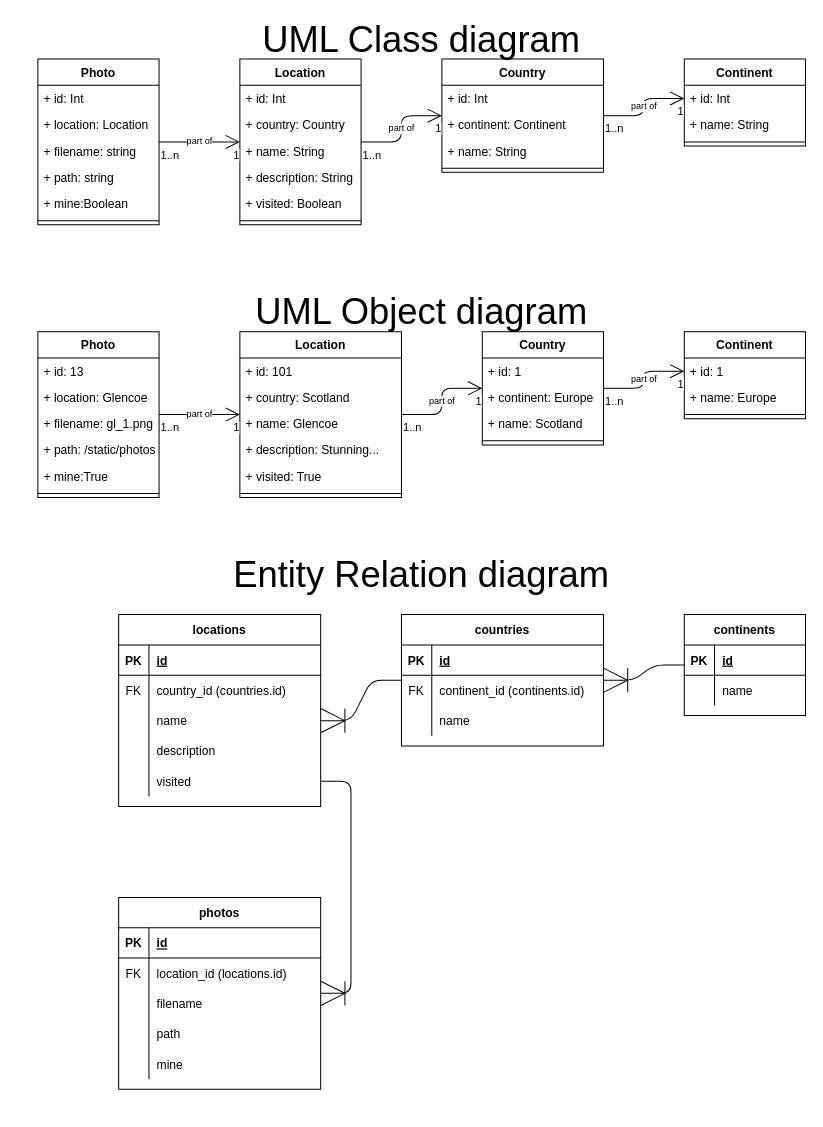
This is page "UML Class diagram" (1 of 2) of Design/Design.drawio from Michalju/PhotoApp, a draw.io file, before an edit. Source tidied: cells renumbered, new cells numbered last; positions are measured from the earlier drawing's top-left corner, leaving out a move shared by most shapes. Both pictures are drawn from the tidied source at 101%, with x=0, y=0 at pixel (37, 18).
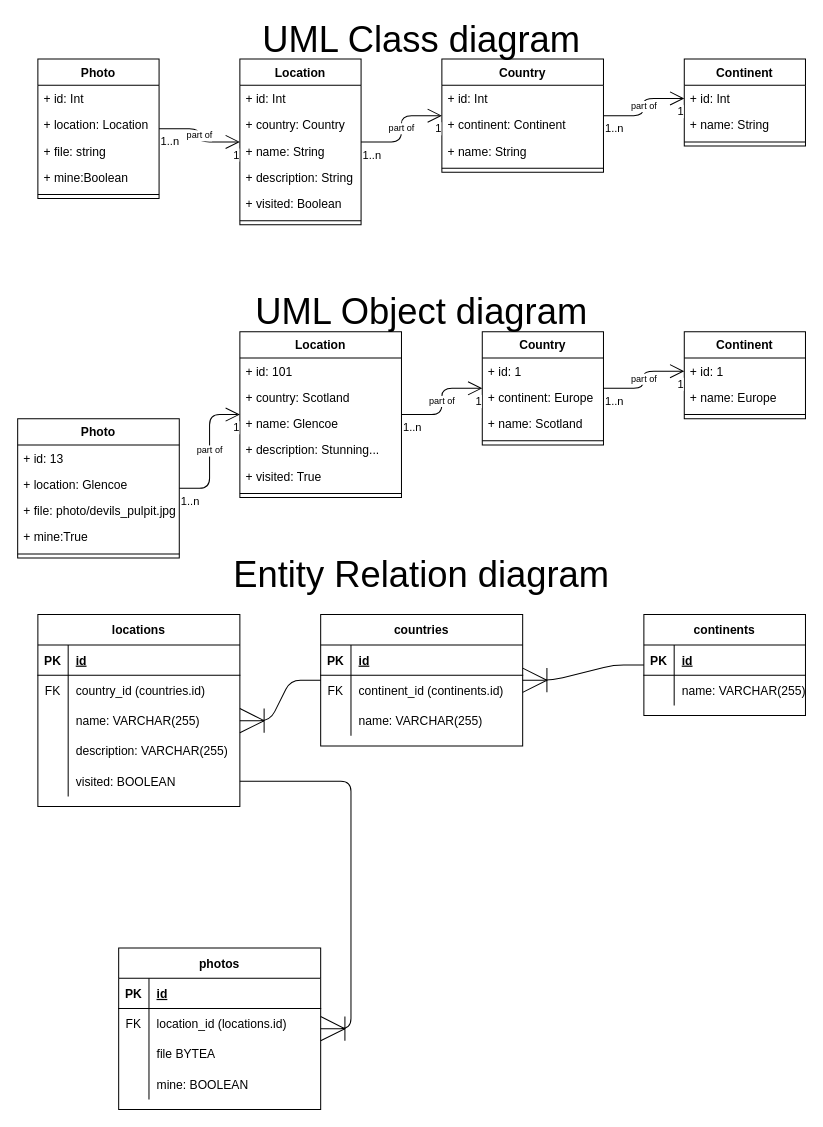
After the change.

Commit message (it also covers changes not shown here):
redesigned Photo class and photos psql table to store image as oposed to filename. and path

Unchanged cells that the change refers to:
```xml
<mxCell id="32" style="shape=partialRectangle;fillColor=none;top=0;left=0;bottom=0;right=0;points=[[0,0.5],[1,0.5]];portConstraint=eastwest;" parent="25" vertex="1">
  <mxGeometry y="90" width="200" height="30" as="geometry" />
</mxCell>
<mxCell id="35" style="shape=partialRectangle;fillColor=none;top=0;left=0;bottom=0;right=0;" parent="25" vertex="1">
  <mxGeometry y="120" width="200" height="30" as="geometry" />
</mxCell>
<mxCell id="38" style="shape=partialRectangle;fillColor=none;top=0;left=0;bottom=0;right=0;points=[[0,0.5],[1,0.5]];portConstraint=eastwest;" parent="25" vertex="1">
  <mxGeometry y="150" width="200" height="30" as="geometry" />
</mxCell>
<mxCell id="48" style="shape=partialRectangle;fillColor=none;top=0;left=0;bottom=0;right=0;" parent="41" vertex="1">
  <mxGeometry y="90" width="200" height="30" as="geometry" />
</mxCell>
<mxCell id="111" style="shape=partialRectangle;fillColor=none;top=0;left=0;bottom=0;right=0;" parent="104" vertex="1">
  <mxGeometry y="90" width="200" height="30" as="geometry" />
</mxCell>
```

Diff of the diagram source:
```diff
@@
     <mxCell id="25" value="locations" style="shape=table;startSize=30;childLayout=tableLayout;rowLines=0;fontStyle=1;align=center;" parent="1" vertex="1">
-      <mxGeometry x="80" y="590" width="200" height="190" as="geometry" />
+      <mxGeometry y="590" width="200" height="190" as="geometry" />
     </mxCell>
@@
-    <mxCell id="34" value="name" style="shape=partialRectangle;fillColor=none;top=0;left=0;bottom=0;right=0;align=left;spacingLeft=6;overflow=hidden;" parent="32" vertex="1">
+    <mxCell id="34" value="name: VARCHAR(255)" style="shape=partialRectangle;fillColor=none;top=0;left=0;bottom=0;right=0;align=left;spacingLeft=6;overflow=hidden;" parent="32" vertex="1">
       <mxGeometry x="30" width="170" height="30" as="geometry" />
     </mxCell>
@@
-    <mxCell id="37" value="description" style="shape=partialRectangle;fillColor=none;top=0;left=0;bottom=0;right=0;align=left;spacingLeft=6;overflow=hidden;" parent="35" vertex="1">
+    <mxCell id="37" value="description: VARCHAR(255)" style="shape=partialRectangle;fillColor=none;top=0;left=0;bottom=0;right=0;align=left;spacingLeft=6;overflow=hidden;" parent="35" vertex="1">
       <mxGeometry x="30" width="170" height="30" as="geometry" />
     </mxCell>
@@
-    <mxCell id="40" value="visited" style="shape=partialRectangle;fillColor=none;top=0;left=0;bottom=0;right=0;align=left;spacingLeft=6;overflow=hidden;" parent="38" vertex="1">
+    <mxCell id="40" value="visited: BOOLEAN" style="shape=partialRectangle;fillColor=none;top=0;left=0;bottom=0;right=0;align=left;spacingLeft=6;overflow=hidden;" parent="38" vertex="1">
       <mxGeometry x="30" width="170" height="30" as="geometry" />
     </mxCell>
     <mxCell id="41" value="countries" style="shape=table;startSize=30;childLayout=tableLayout;rowLines=0;fontStyle=1;align=center;" parent="1" vertex="1">
-      <mxGeometry x="360" y="590" width="200" height="130" as="geometry" />
+      <mxGeometry x="280" y="590" width="200" height="130" as="geometry" />
     </mxCell>
@@
-    <mxCell id="50" value="name" style="shape=partialRectangle;fillColor=none;top=0;left=0;bottom=0;right=0;align=left;spacingLeft=6;overflow=hidden;" parent="48" vertex="1">
+    <mxCell id="50" value="name: VARCHAR(255)" style="shape=partialRectangle;fillColor=none;top=0;left=0;bottom=0;right=0;align=left;spacingLeft=6;overflow=hidden;" parent="48" vertex="1">
       <mxGeometry x="30" width="170" height="30" as="geometry" />
     </mxCell>
@@
     <mxCell id="52" value="continents" style="shape=table;startSize=30;childLayout=tableLayout;rowLines=0;fontStyle=1;align=center;" parent="1" vertex="1">
-      <mxGeometry x="640" y="590" width="120" height="100" as="geometry" />
+      <mxGeometry x="600" y="590" width="160" height="100" as="geometry" />
     </mxCell>
     <mxCell id="53" style="shape=partialRectangle;fillColor=none;top=0;left=0;bottom=1;right=0;" parent="52" vertex="1">
-      <mxGeometry y="30" width="120" height="30" as="geometry" />
+      <mxGeometry y="30" width="160" height="30" as="geometry" />
     </mxCell>
@@
     <mxCell id="55" value="id" style="shape=partialRectangle;fillColor=none;top=0;left=0;bottom=0;right=0;align=left;spacingLeft=6;fontStyle=5;overflow=hidden;" parent="53" vertex="1">
-      <mxGeometry x="30" width="90" height="30" as="geometry" />
+      <mxGeometry x="30" width="130" height="30" as="geometry" />
     </mxCell>
     <mxCell id="56" style="shape=partialRectangle;fillColor=none;top=0;left=0;bottom=0;right=0;" parent="52" vertex="1">
-      <mxGeometry y="60" width="120" height="30" as="geometry" />
+      <mxGeometry y="60" width="160" height="30" as="geometry" />
     </mxCell>
@@
-    <mxCell id="58" value="name" style="shape=partialRectangle;fillColor=none;top=0;left=0;bottom=0;right=0;align=left;spacingLeft=6;overflow=hidden;" parent="56" vertex="1">
-      <mxGeometry x="30" width="90" height="30" as="geometry" />
+    <mxCell id="58" value="name: VARCHAR(255)" style="shape=partialRectangle;fillColor=none;top=0;left=0;bottom=0;right=0;align=left;spacingLeft=6;overflow=hidden;" parent="56" vertex="1">
+      <mxGeometry x="30" width="130" height="30" as="geometry" />
     </mxCell>
@@
     <mxCell id="84" value="Photo" style="swimlane;fontStyle=1;align=center;verticalAlign=top;horizontal=1;startSize=26;" parent="1" vertex="1">
-      <mxGeometry y="40" width="120" height="164" as="geometry" />
+      <mxGeometry y="40" width="120" height="138" as="geometry" />
     </mxCell>
@@
-    <mxCell id="87" value="+ filename: string" style="text;strokeColor=none;fillColor=none;align=left;verticalAlign=top;spacingLeft=4;spacingRight=4;overflow=hidden;" parent="84" vertex="1">
-      <mxGeometry y="78" width="120" height="26" as="geometry" />
-    </mxCell>
-    <mxCell id="88" value="+ path: string" style="text;strokeColor=none;fillColor=none;align=left;verticalAlign=top;spacingLeft=4;spacingRight=4;overflow=hidden;" parent="84" vertex="1">
-      <mxGeometry y="104" width="120" height="26" as="geometry" />
+    <mxCell id="88" value="+ file: string" style="text;strokeColor=none;fillColor=none;align=left;verticalAlign=top;spacingLeft=4;spacingRight=4;overflow=hidden;" parent="84" vertex="1">
+      <mxGeometry y="78" width="120" height="26" as="geometry" />
     </mxCell>
     <mxCell id="89" value="+ mine:Boolean" style="text;strokeColor=none;fillColor=none;align=left;verticalAlign=top;spacingLeft=4;spacingRight=4;overflow=hidden;" parent="84" vertex="1">
-      <mxGeometry y="130" width="120" height="26" as="geometry" />
+      <mxGeometry y="104" width="120" height="26" as="geometry" />
     </mxCell>
     <mxCell id="90" style="line;strokeWidth=1;fillColor=none;align=left;verticalAlign=middle;spacingTop=-1;spacingLeft=3;spacingRight=3;labelPosition=right;" parent="84" vertex="1">
-      <mxGeometry y="156" width="120" height="8" as="geometry" />
+      <mxGeometry y="130" width="120" height="8" as="geometry" />
     </mxCell>
@@
     <mxCell id="94" value="Photo" style="swimlane;fontStyle=1;align=center;verticalAlign=top;horizontal=1;startSize=26;" parent="1" vertex="1">
-      <mxGeometry y="310" width="120" height="164" as="geometry" />
+      <mxGeometry x="-20" y="396" width="160" height="138" as="geometry" />
     </mxCell>
     <mxCell id="95" value="+ id: 13" style="text;strokeColor=none;fillColor=none;align=left;verticalAlign=top;spacingLeft=4;spacingRight=4;overflow=hidden;" parent="94" vertex="1">
-      <mxGeometry y="26" width="120" height="26" as="geometry" />
+      <mxGeometry y="26" width="160" height="26" as="geometry" />
     </mxCell>
     <mxCell id="96" value="+ location: Glencoe" style="text;strokeColor=none;fillColor=none;align=left;verticalAlign=top;spacingLeft=4;spacingRight=4;overflow=hidden;" parent="94" vertex="1">
-      <mxGeometry y="52" width="120" height="26" as="geometry" />
+      <mxGeometry y="52" width="160" height="26" as="geometry" />
     </mxCell>
-    <mxCell id="97" value="+ filename: gl_1.png" style="text;strokeColor=none;fillColor=none;align=left;verticalAlign=top;spacingLeft=4;spacingRight=4;overflow=hidden;" parent="94" vertex="1">
-      <mxGeometry y="78" width="120" height="26" as="geometry" />
-    </mxCell>
-    <mxCell id="98" value="+ path: /static/photos" style="text;strokeColor=none;fillColor=none;align=left;verticalAlign=top;spacingLeft=4;spacingRight=4;overflow=hidden;" parent="94" vertex="1">
-      <mxGeometry y="104" width="120" height="26" as="geometry" />
+    <mxCell id="98" value="+ file: photo/devils_pulpit.jpg" style="text;strokeColor=none;fillColor=none;align=left;verticalAlign=top;spacingLeft=4;spacingRight=4;overflow=hidden;" parent="94" vertex="1">
+      <mxGeometry y="78" width="160" height="26" as="geometry" />
     </mxCell>
     <mxCell id="99" value="+ mine:True" style="text;strokeColor=none;fillColor=none;align=left;verticalAlign=top;spacingLeft=4;spacingRight=4;overflow=hidden;" parent="94" vertex="1">
-      <mxGeometry y="130" width="120" height="26" as="geometry" />
+      <mxGeometry y="104" width="160" height="26" as="geometry" />
     </mxCell>
     <mxCell id="100" style="line;strokeWidth=1;fillColor=none;align=left;verticalAlign=middle;spacingTop=-1;spacingLeft=3;spacingRight=3;labelPosition=right;" parent="94" vertex="1">
-      <mxGeometry y="156" width="120" height="8" as="geometry" />
+      <mxGeometry y="130" width="160" height="8" as="geometry" />
     </mxCell>
@@
     <mxCell id="104" value="photos" style="shape=table;startSize=30;childLayout=tableLayout;rowLines=0;fontStyle=1;align=center;" parent="1" vertex="1">
-      <mxGeometry x="80" y="870" width="200" height="190" as="geometry" />
+      <mxGeometry x="80" y="920" width="200" height="160" as="geometry" />
     </mxCell>
@@
-    <mxCell id="113" value="filename" style="shape=partialRectangle;fillColor=none;top=0;left=0;bottom=0;right=0;align=left;spacingLeft=6;overflow=hidden;" parent="111" vertex="1">
+    <mxCell id="113" value="file BYTEA" style="shape=partialRectangle;fillColor=none;top=0;left=0;bottom=0;right=0;align=left;spacingLeft=6;overflow=hidden;" parent="111" vertex="1">
       <mxGeometry x="30" width="170" height="30" as="geometry" />
     </mxCell>
-    <mxCell id="114" style="shape=partialRectangle;fillColor=none;top=0;left=0;bottom=0;right=0;" parent="104" vertex="1">
-      <mxGeometry y="120" width="200" height="30" as="geometry" />
-    </mxCell>
-    <mxCell id="115" style="shape=partialRectangle;fillColor=none;top=0;left=0;bottom=0;right=0;overflow=hidden;" parent="114" vertex="1">
-      <mxGeometry width="30" height="30" as="geometry" />
-    </mxCell>
-    <mxCell id="116" value="path" style="shape=partialRectangle;fillColor=none;top=0;left=0;bottom=0;right=0;align=left;spacingLeft=6;overflow=hidden;" parent="114" vertex="1">
-      <mxGeometry x="30" width="170" height="30" as="geometry" />
-    </mxCell>
     <mxCell id="117" style="shape=partialRectangle;fillColor=none;top=0;left=0;bottom=0;right=0;" parent="104" vertex="1">
-      <mxGeometry y="150" width="200" height="30" as="geometry" />
+      <mxGeometry y="120" width="200" height="30" as="geometry" />
     </mxCell>
@@
-    <mxCell id="119" value="mine" style="shape=partialRectangle;fillColor=none;top=0;left=0;bottom=0;right=0;align=left;spacingLeft=6;overflow=hidden;" parent="117" vertex="1">
+    <mxCell id="119" value="mine: BOOLEAN" style="shape=partialRectangle;fillColor=none;top=0;left=0;bottom=0;right=0;align=left;spacingLeft=6;overflow=hidden;" parent="117" vertex="1">
       <mxGeometry x="30" width="170" height="30" as="geometry" />
     </mxCell>
```
